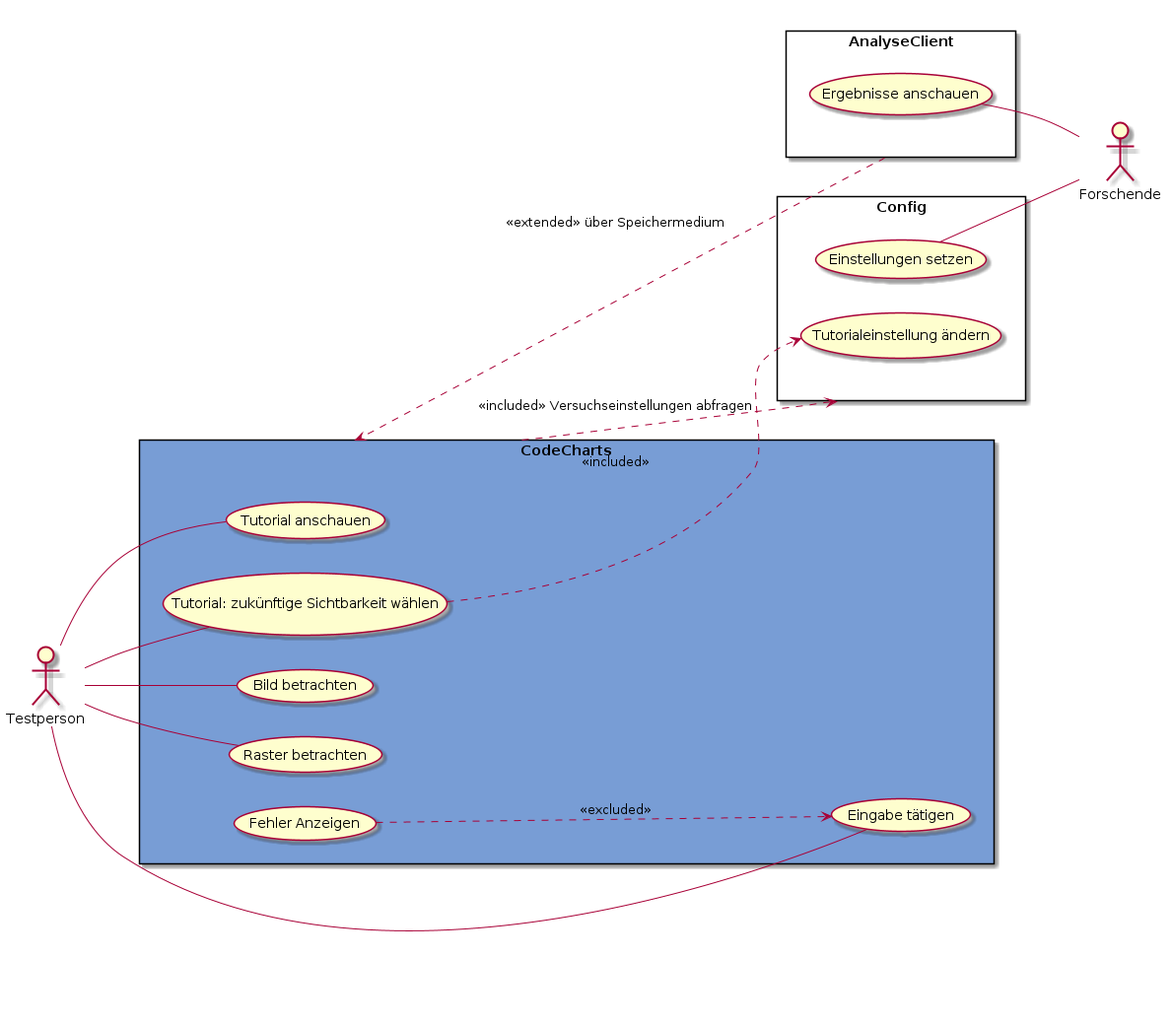
weichware10/meilensteine keeps this PlantUML diagram as meilenstein_05/usecase-CodeCharts/usecase-CodeCharts.png. Above is the earlier version.
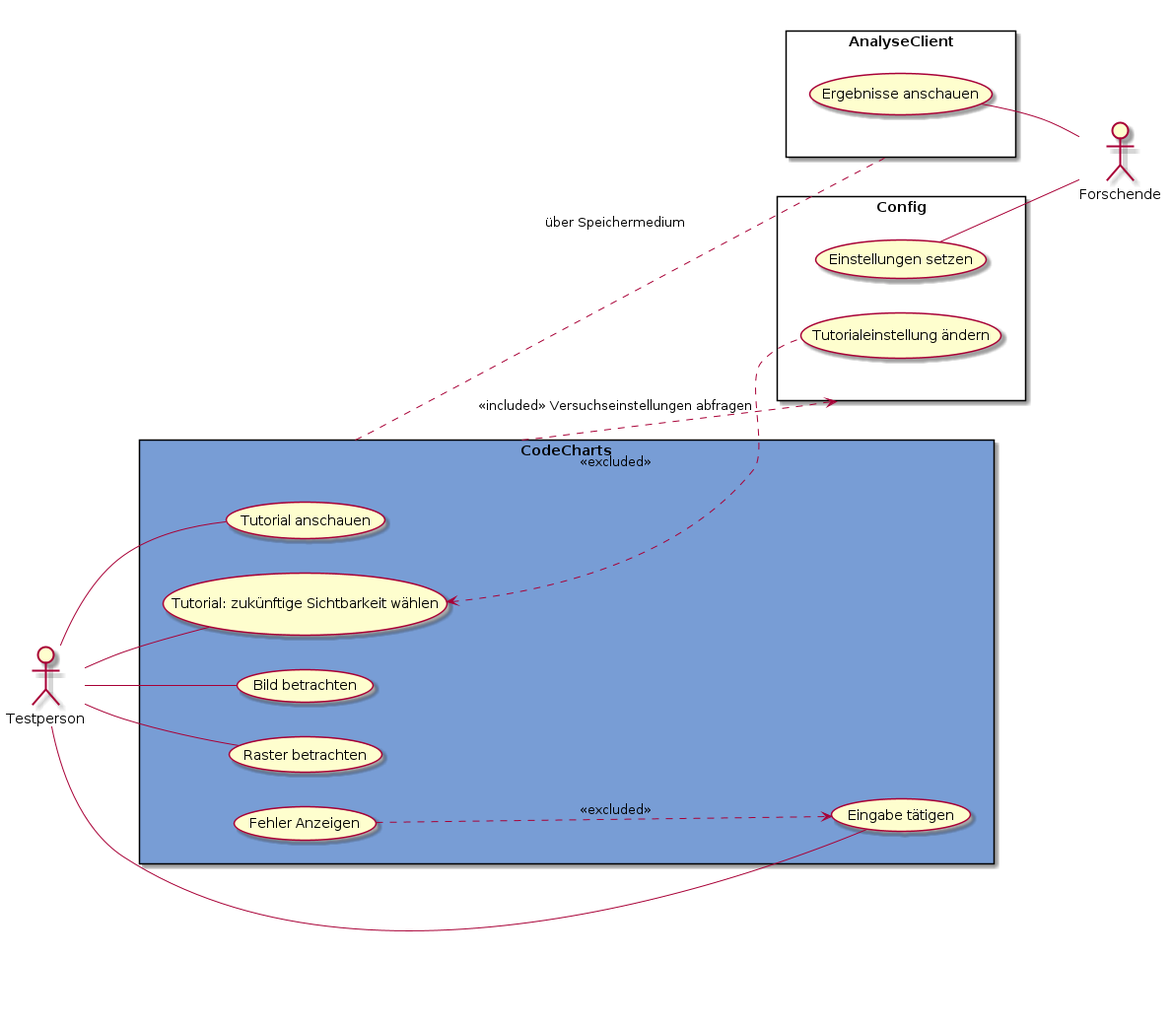
After the commit.

Commit message:
rendered PNGs and SVGs

The edit, as a diff of the source:
```diff
@@ -31,8 +31,8 @@
 es -- f
 ea -- f
 
-tw ..> tä : <<included>>
-z <.. a : <<extended>> über Speichermedium
+tw <.. tä : <<excluded>>
+z .. a : über Speichermedium
 z ..> c : <<included>> Versuchseinstellungen abfragen
 fa ..> et : <<excluded>>
 
```
